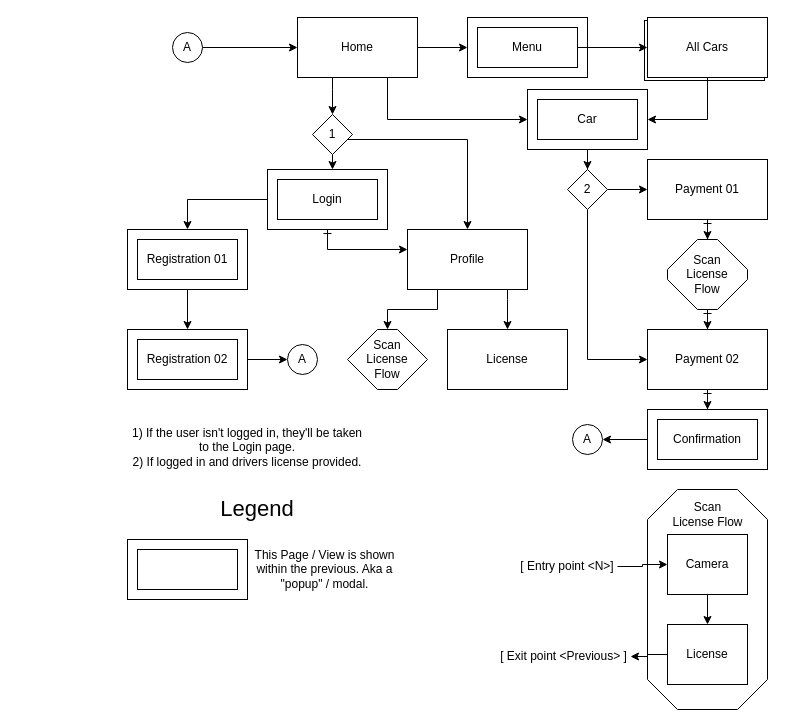
The draw.io diagram documentation/navigation.drawio in lilybw/MSD-GR6-REACT-NATIVE, before the edit. Source tidied: cells renumbered, new cells numbered last; positions are measured from the earlier drawing's top-left corner, leaving out a move shared by most shapes. Both pictures are drawn from the tidied source at 100%, with x=0, y=0 at pixel (127, 17).
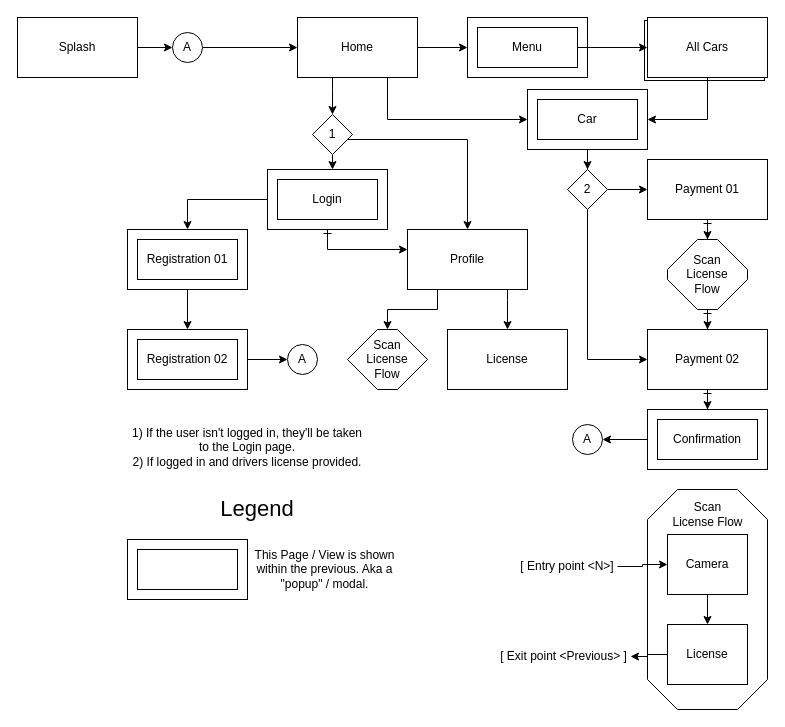
After the change.

Commit message:
added splash to the navigation model

The change refers to these unchanged cells:
```xml
<mxCell id="36" value="A" style="ellipse;whiteSpace=wrap;html=1;" parent="1" vertex="1">
  <mxGeometry x="45" y="15" width="30" height="30" as="geometry" />
</mxCell>
```

Diff of the diagram source:
```diff
@@
+    <mxCell id="63" style="edgeStyle=none;html=1;exitX=1;exitY=0.5;exitDx=0;exitDy=0;" parent="1" edge="1" source="64" target="36">
+      <mxGeometry relative="1" as="geometry" />
+    </mxCell>
+    <mxCell id="64" value="Splash" style="rounded=0;whiteSpace=wrap;html=1;" parent="1" vertex="1">
+      <mxGeometry x="-110" width="120" height="60" as="geometry" />
+    </mxCell>
```
